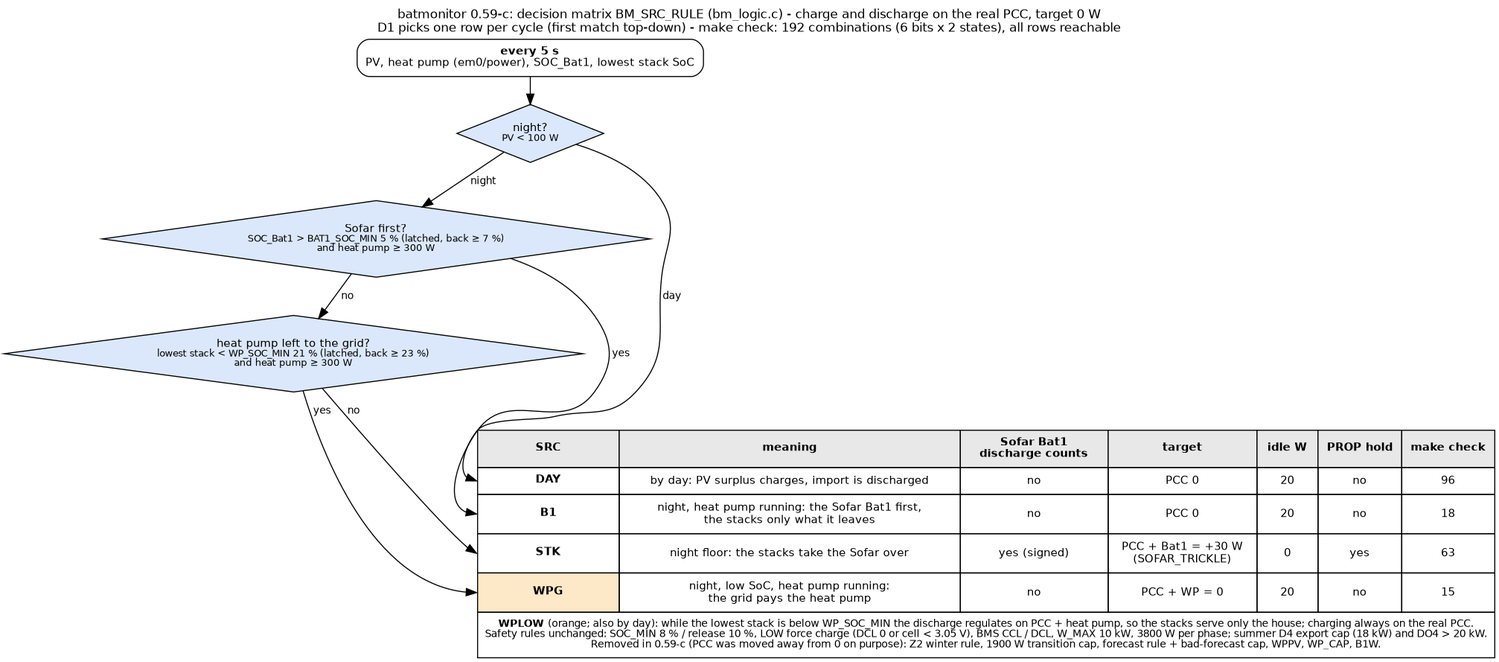
Before: docs/wp_matrix.png, a diagram exported from Graphviz (gerontec/victron). Its source is kept beside it as docs/wp_matrix.dot.
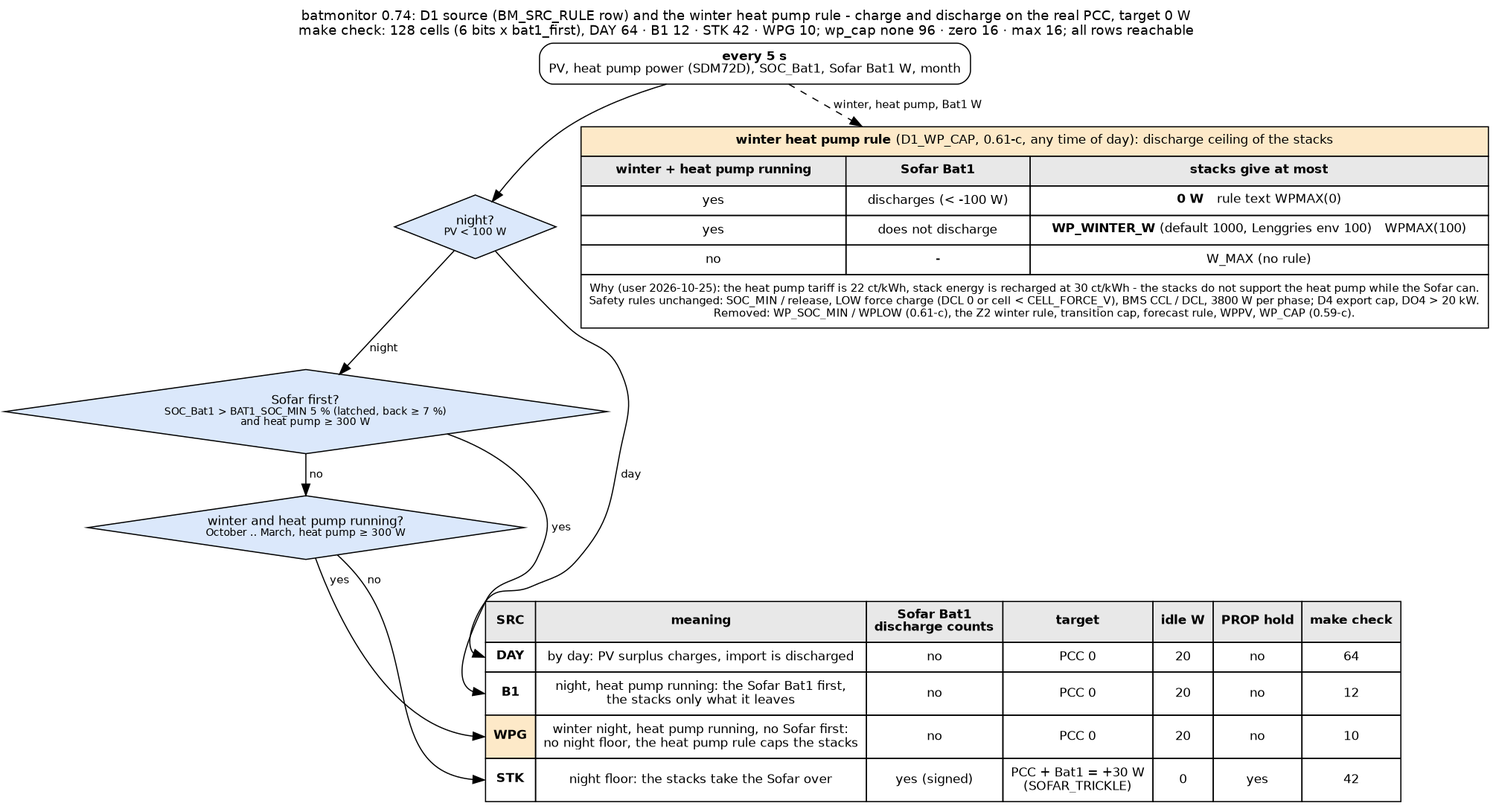
The same diagram one commit later.

Diff of the diagram source:
```diff
@@ -1,24 +1,33 @@
 digraph wp {
 	graph [rankdir=TB, fontname="Helvetica", fontsize=12, nodesep=0.3, ranksep=0.35, labelloc=t,
-		   label="batmonitor 0.59-c: decision matrix BM_SRC_RULE (bm_logic.c) - charge and discharge on the real PCC, target 0 W\nD1 picks one row per cycle (first match top-down) - make check: 192 combinations (6 bits x 2 states), all rows reachable"];
+		   label="batmonitor 0.74: D1 source (BM_SRC_RULE row) and the winter heat pump rule - charge and discharge on the real PCC, target 0 W\nmake check: 128 cells (6 bits x bat1_first), DAY 64 · B1 12 · STK 42 · WPG 10; wp_cap none 96 · zero 16 · max 16; all rows reachable"];
 	node [shape=box, style="rounded,filled", fontname="Helvetica", fontsize=11, fillcolor="#dbe8fb"];
 	edge [fontname="Helvetica", fontsize=10];
 
-	start [label=<<b>every 5 s</b><br/>PV, heat pump (em0/power), SOC_Bat1, lowest stack SoC>, fillcolor="#ffffff"];
+	start [label=<<b>every 5 s</b><br/>PV, heat pump power (SDM72D), SOC_Bat1, Sofar Bat1 W, month>, fillcolor="#ffffff"];
 	q0 [label=<night?<br/><font point-size="9">PV &lt; 100 W</font>>, shape=diamond, style=filled];
 	q1 [label=<Sofar first?<br/><font point-size="9">SOC_Bat1 &gt; BAT1_SOC_MIN 5 % (latched, back &ge; 7 %)<br/>and heat pump &ge; 300 W</font>>, shape=diamond, style=filled];
-	q2 [label=<heat pump left to the grid?<br/><font point-size="9">lowest stack &lt; WP_SOC_MIN 21 % (latched, back &ge; 23 %)<br/>and heat pump &ge; 300 W</font>>, shape=diamond, style=filled];
+	q2 [label=<winter and heat pump running?<br/><font point-size="9">October .. March, heat pump &ge; 300 W</font>>, shape=diamond, style=filled];
 
 	matrix [shape=plain, label=<
 		<table border="0" cellborder="1" cellspacing="0" cellpadding="6" bgcolor="#ffffff">
 		<tr><td bgcolor="#e8e8e8"><b>SRC</b></td><td bgcolor="#e8e8e8"><b>meaning</b></td><td bgcolor="#e8e8e8"><b>Sofar Bat1<br/>discharge counts</b></td><td bgcolor="#e8e8e8"><b>target</b></td><td bgcolor="#e8e8e8"><b>idle W</b></td><td bgcolor="#e8e8e8"><b>PROP hold</b></td><td bgcolor="#e8e8e8"><b>make check</b></td></tr>
-		<tr><td port="day"><b>DAY</b></td><td>by day: PV surplus charges, import is discharged</td><td>no</td><td>PCC 0</td><td>20</td><td>no</td><td>96</td></tr>
-		<tr><td port="b1"><b>B1</b></td><td>night, heat pump running: the Sofar Bat1 first,<br/>the stacks only what it leaves</td><td>no</td><td>PCC 0</td><td>20</td><td>no</td><td>18</td></tr>
-		<tr><td port="stk"><b>STK</b></td><td>night floor: the stacks take the Sofar over</td><td>yes (signed)</td><td>PCC + Bat1 = +30 W<br/>(SOFAR_TRICKLE)</td><td>0</td><td>yes</td><td>63</td></tr>
-		<tr><td port="wpg" bgcolor="#fde9c8"><b>WPG</b></td><td>night, low SoC, heat pump running:<br/>the grid pays the heat pump</td><td>no</td><td>PCC + WP = 0</td><td>20</td><td>no</td><td>15</td></tr>
-		<tr><td colspan="7" align="left"><font point-size="10"><b>WPLOW</b> (orange; also by day): while the lowest stack is below WP_SOC_MIN the discharge regulates on PCC + heat pump, so the stacks serve only the house; charging always on the real PCC.<br/>
-		Safety rules unchanged: SOC_MIN 8 % / release 10 %, LOW force charge (DCL 0 or cell &lt; 3.05 V), BMS CCL / DCL, W_MAX 10 kW, 3800 W per phase; summer D4 export cap (18 kW) and DO4 &gt; 20 kW.<br/>
-		Removed in 0.59-c (PCC was moved away from 0 on purpose): Z2 winter rule, 1900 W transition cap, forecast rule + bad-forecast cap, WPPV, WP_CAP, B1W.</font></td></tr>
+		<tr><td port="day"><b>DAY</b></td><td>by day: PV surplus charges, import is discharged</td><td>no</td><td>PCC 0</td><td>20</td><td>no</td><td>64</td></tr>
+		<tr><td port="b1"><b>B1</b></td><td>night, heat pump running: the Sofar Bat1 first,<br/>the stacks only what it leaves</td><td>no</td><td>PCC 0</td><td>20</td><td>no</td><td>12</td></tr>
+		<tr><td port="wpg" bgcolor="#fde9c8"><b>WPG</b></td><td>winter night, heat pump running, no Sofar first:<br/>no night floor, the heat pump rule caps the stacks</td><td>no</td><td>PCC 0</td><td>20</td><td>no</td><td>10</td></tr>
+		<tr><td port="stk"><b>STK</b></td><td>night floor: the stacks take the Sofar over</td><td>yes (signed)</td><td>PCC + Bat1 = +30 W<br/>(SOFAR_TRICKLE)</td><td>0</td><td>yes</td><td>42</td></tr>
+		</table>>];
+
+	cap [shape=plain, label=<
+		<table border="0" cellborder="1" cellspacing="0" cellpadding="6" bgcolor="#ffffff">
+		<tr><td colspan="3" bgcolor="#fde9c8"><b>winter heat pump rule</b> (D1_WP_CAP, 0.61-c, any time of day): discharge ceiling of the stacks</td></tr>
+		<tr><td bgcolor="#e8e8e8"><b>winter + heat pump running</b></td><td bgcolor="#e8e8e8"><b>Sofar Bat1</b></td><td bgcolor="#e8e8e8"><b>stacks give at most</b></td></tr>
+		<tr><td>yes</td><td>discharges (&lt; -100 W)</td><td><b>0 W</b>   rule text WPMAX(0)</td></tr>
+		<tr><td>yes</td><td>does not discharge</td><td><b>WP_WINTER_W</b> (default 1000, Lenggries env 100)   WPMAX(100)</td></tr>
+		<tr><td>no</td><td>-</td><td>W_MAX (no rule)</td></tr>
+		<tr><td colspan="3" align="left"><font point-size="10">Why (user 2026-10-25): the heat pump tariff is 22 ct/kWh, stack energy is recharged at 30 ct/kWh - the stacks do not support the heat pump while the Sofar can.<br/>
+		Safety rules unchanged: SOC_MIN / release, LOW force charge (DCL 0 or cell &lt; CELL_FORCE_V), BMS CCL / DCL, 3800 W per phase; D4 export cap, DO4 &gt; 20 kW.<br/>
+		Removed: WP_SOC_MIN / WPLOW (0.61-c), the Z2 winter rule, transition cap, forecast rule, WPPV, WP_CAP (0.59-c).</font></td></tr>
 		</table>>];
 
 	start -> q0;
@@ -28,4 +37,5 @@
 	q1 -> q2 [label=" no"];
 	q2 -> matrix:wpg [label=" yes"];
 	q2 -> matrix:stk [label=" no"];
+	start -> cap [style=dashed, label=" winter, heat pump, Bat1 W"];
 }
```
